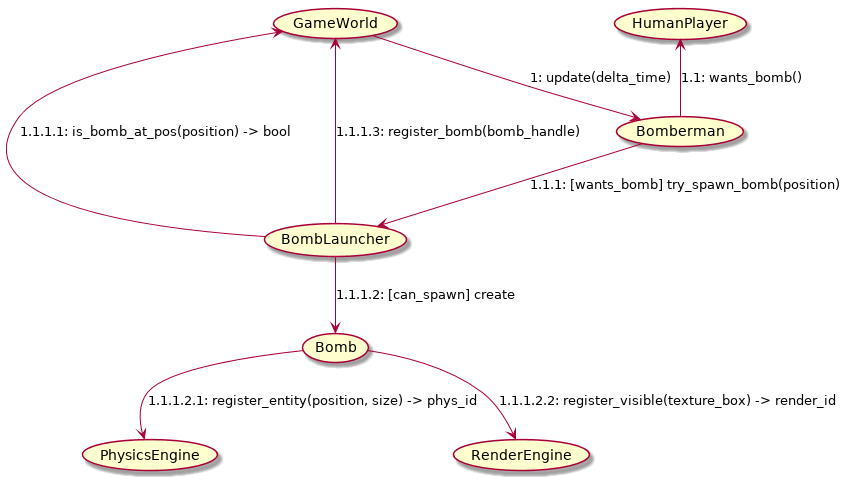
The PlantUML diagram docs/img/Communication_UC_2_1.png in NadzwyczajnaGrupaRobocza/bomberman, before a commit.
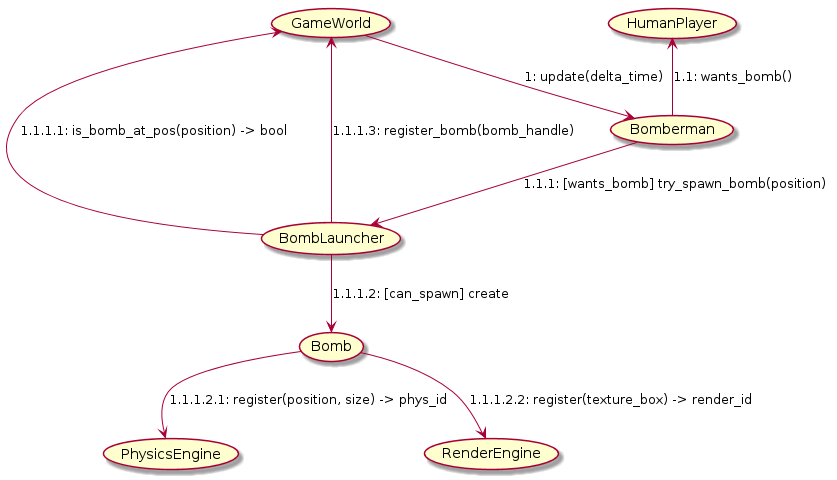
After the commit.

Diff of the diagram source:
```diff
@@ -6,8 +6,8 @@
 (BombLauncher) --> (GameWorld) : "1.1.1.1: is_bomb_at_pos(position) -> bool"
 (BombLauncher) --> (Bomb) : "1.1.1.2: [can_spawn] create"
 
-(Bomb) --> (PhysicsEngine) :   "1.1.1.2.1: register_entity(position, size) -> phys_id"
-(Bomb) --> (RenderEngine) : "1.1.1.2.2: register_visible(texture_box) -> render_id"
+(Bomb) --> (PhysicsEngine) :   "1.1.1.2.1: register(position, size) -> phys_id"
+(Bomb) --> (RenderEngine) : "1.1.1.2.2: register(texture_box) -> render_id"
 
 (BombLauncher) --> (GameWorld) : "1.1.1.3: register_bomb(bomb_handle)"
 
```
